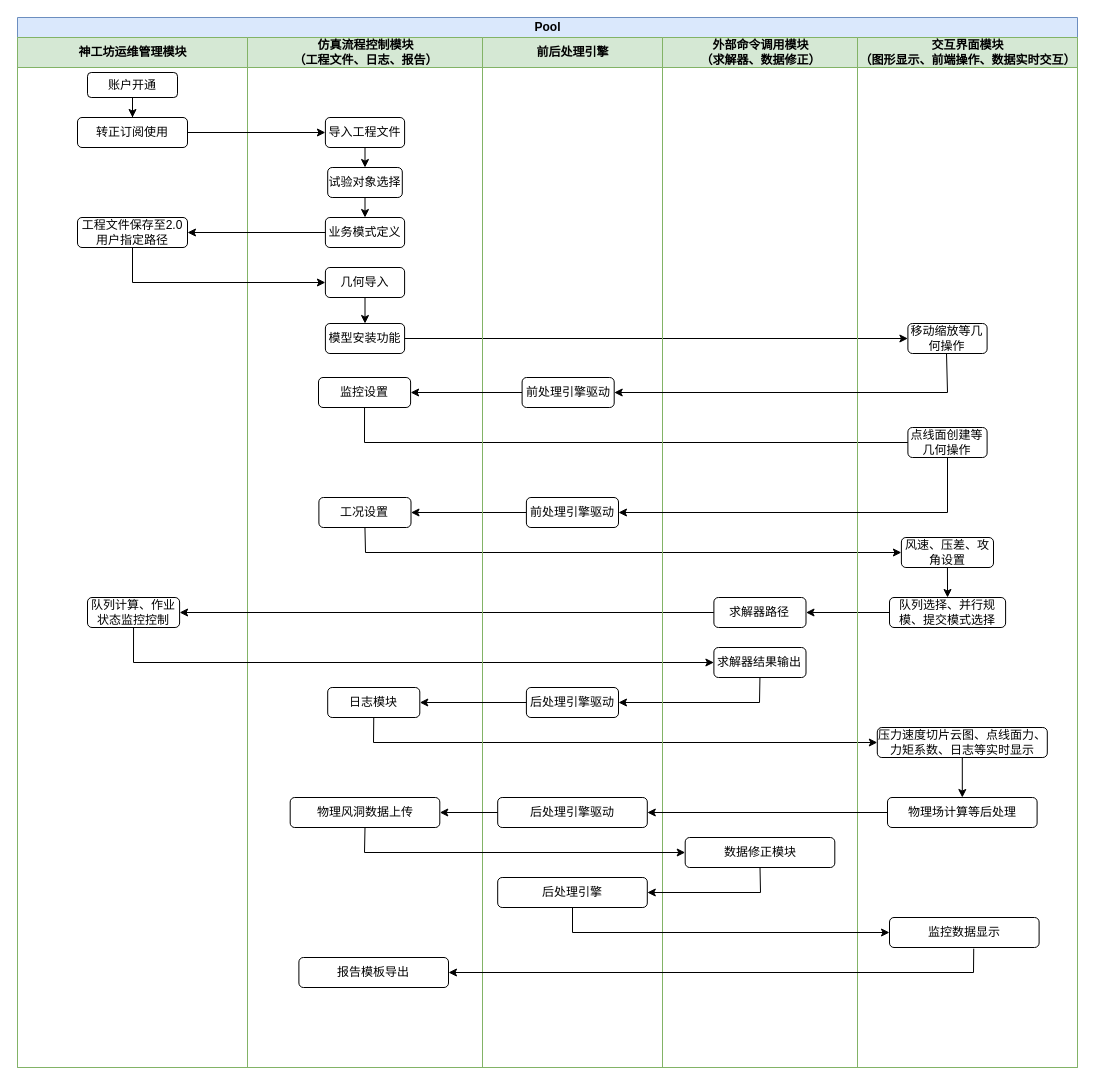
Earlier version of the draw.io diagram 泳道.drawio (tanjj1228/personal). Source tidied: cells renumbered, new cells numbered last; positions are measured from the earlier drawing's top-left corner, leaving out a move shared by most shapes. Both pictures are drawn from the tidied source at 100%, with x=0, y=0 at pixel (17, 17).
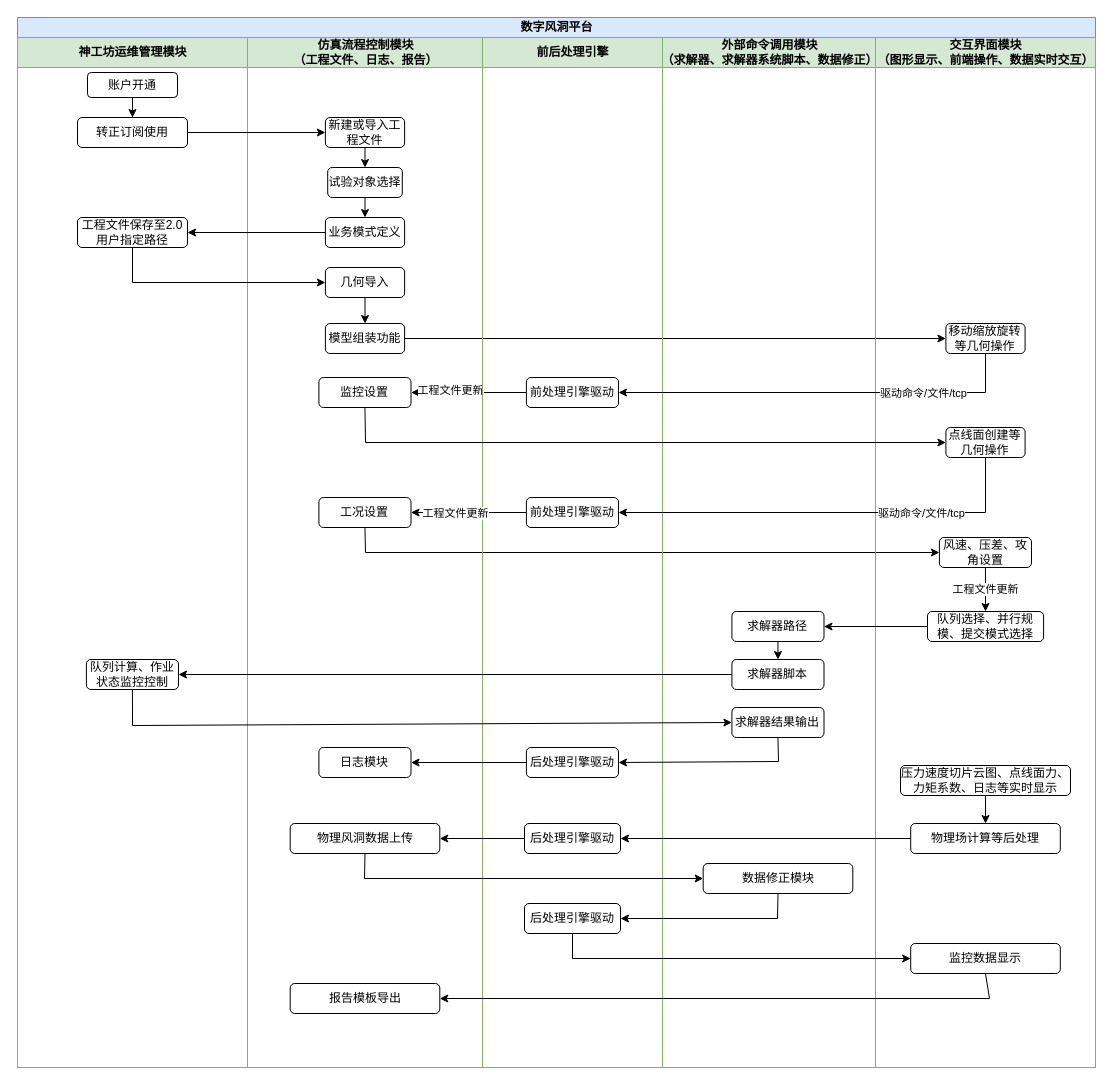
Above is the later version.

Commit message:
修改外部命令调用模块.drawio

The change refers to these unchanged cells:
```xml
<mxCell id="3" value="神工坊运维管理模块" style="swimlane;startSize=30;html=1;fillColor=#d5e8d4;strokeColor=#82b366;" parent="2" vertex="1">
  <mxGeometry y="20" width="230" height="1030" as="geometry" />
</mxCell>
<mxCell id="9" value="仿真流程控制模块&lt;br&gt;（工程文件、日志、报告）" style="swimlane;startSize=30;html=1;fillColor=#d5e8d4;strokeColor=#82b366;" parent="2" vertex="1">
  <mxGeometry x="230" y="20" width="235" height="1030" as="geometry" />
</mxCell>
<mxCell id="18" value="工况设置" style="whiteSpace=wrap;html=1;rounded=1;" parent="9" vertex="1">
  <mxGeometry x="71.4" y="460" width="92.1" height="30" as="geometry" />
</mxCell>
<mxCell id="34" value="前后处理引擎" style="swimlane;startSize=30;html=1;fillColor=#d5e8d4;strokeColor=#82b366;" parent="2" vertex="1">
  <mxGeometry x="465" y="20" width="180" height="1030" as="geometry" />
</mxCell>
```

The edit, as a diff of the source:
```diff
@@
-    <mxCell id="2" value="Pool" style="swimlane;startSize=20;html=1;fillColor=#dae8fc;strokeColor=#6c8ebf;" parent="1" vertex="1">
-      <mxGeometry width="1060" height="1050" as="geometry" />
+    <mxCell id="2" value="数字风洞平台" style="swimlane;startSize=20;html=1;fillColor=#dae8fc;strokeColor=#6c8ebf;" parent="1" vertex="1">
+      <mxGeometry width="1078" height="1050" as="geometry" />
     </mxCell>
@@
     <mxCell id="8" value="队列计算、作业状态监控控制" style="whiteSpace=wrap;html=1;rounded=1;" parent="3" vertex="1">
-      <mxGeometry x="70" y="560" width="92.1" height="30" as="geometry" />
+      <mxGeometry x="68.9" y="622" width="92.1" height="30" as="geometry" />
     </mxCell>
@@
-    <mxCell id="10" value="导入工程文件" style="whiteSpace=wrap;html=1;rounded=1;" parent="9" vertex="1">
+    <mxCell id="10" value="新建或导入工程文件" style="whiteSpace=wrap;html=1;rounded=1;" parent="9" vertex="1">
       <mxGeometry x="77.9" y="80" width="79.2" height="30" as="geometry" />
     </mxCell>
@@
-    <mxCell id="14" value="模型安装功能" style="whiteSpace=wrap;html=1;rounded=1;" parent="9" vertex="1">
+    <mxCell id="14" value="模型组装&lt;span style=&quot;background-color: initial;&quot;&gt;功能&lt;/span&gt;" style="whiteSpace=wrap;html=1;rounded=1;" parent="9" vertex="1">
       <mxGeometry x="77.9" y="286" width="79.2" height="30" as="geometry" />
     </mxCell>
@@
-    <mxCell id="19" value="日志模块" style="whiteSpace=wrap;html=1;rounded=1;" parent="9" vertex="1">
-      <mxGeometry x="80.2" y="650" width="92.1" height="30" as="geometry" />
-    </mxCell>
     <mxCell id="20" value="物理风洞数据上传" style="whiteSpace=wrap;html=1;rounded=1;" parent="9" vertex="1">
-      <mxGeometry x="42.7" y="760" width="149.6" height="30" as="geometry" />
+      <mxGeometry x="42.7" y="786" width="149.6" height="30" as="geometry" />
     </mxCell>
     <mxCell id="21" value="报告模板导出" style="whiteSpace=wrap;html=1;rounded=1;" parent="9" vertex="1">
-      <mxGeometry x="51.4" y="920" width="149.6" height="30" as="geometry" />
+      <mxGeometry x="42.7" y="946" width="149.6" height="30" as="geometry" />
     </mxCell>
+    <mxCell id="65" style="endArrow=classic;html=1;rounded=0;exitX=0;exitY=0.5;exitDx=0;exitDy=0;entryX=1;entryY=0.5;entryDx=0;entryDy=0;" parent="9" edge="1" source="37">
+      <mxGeometry relative="1" as="geometry">
+        <mxPoint x="163.6" y="355" as="targetPoint" />
+      </mxGeometry>
+    </mxCell>
+    <mxCell id="66" value="工程文件更新" style="edgeLabel;html=1;align=center;verticalAlign=middle;" parent="65" vertex="1">
+      <mxGeometry relative="1" as="geometry">
+        <mxPoint x="-18" y="-3" as="offset" />
+      </mxGeometry>
+    </mxCell>
@@
-    <mxCell id="26" style="endArrow=none;html=1;rounded=0;exitX=0.5;exitY=1;exitDx=0;exitDy=0;entryX=0;entryY=0.5;entryDx=0;entryDy=0;" parent="2" edge="1" source="35" target="50">
-      <mxGeometry relative="1" as="geometry">
-        <Array as="points">
-          <mxPoint x="347" y="425" />
-        </Array>
-      </mxGeometry>
-    </mxCell>
-    <mxCell id="27" style="endArrow=classic;html=1;rounded=0;exitX=0;exitY=0.5;exitDx=0;exitDy=0;entryX=1;entryY=0.5;entryDx=0;entryDy=0;" parent="2" edge="1" source="48" target="18">
-      <mxGeometry relative="1" as="geometry" />
-    </mxCell>
@@
-    <mxCell id="29" style="endArrow=classic;html=1;rounded=0;exitX=0;exitY=0.5;exitDx=0;exitDy=0;entryX=1;entryY=0.5;entryDx=0;entryDy=0;" parent="2" edge="1" source="52" target="42">
-      <mxGeometry relative="1" as="geometry" />
-    </mxCell>
-    <mxCell id="30" style="endArrow=classic;html=1;rounded=0;exitX=0;exitY=0.5;exitDx=0;exitDy=0;entryX=1;entryY=0.5;entryDx=0;entryDy=0;" parent="2" edge="1" source="42" target="8">
-      <mxGeometry relative="1" as="geometry" />
-    </mxCell>
-    <mxCell id="31" style="endArrow=classic;html=1;rounded=0;exitX=0.5;exitY=1;exitDx=0;exitDy=0;entryX=0;entryY=0.5;entryDx=0;entryDy=0;" parent="2" edge="1" source="8" target="43">
-      <mxGeometry relative="1" as="geometry">
-        <Array as="points">
-          <mxPoint x="116" y="645" />
-        </Array>
-      </mxGeometry>
-    </mxCell>
-    <mxCell id="32" style="endArrow=classic;html=1;rounded=0;exitX=0.5;exitY=1;exitDx=0;exitDy=0;entryX=1;entryY=0.5;entryDx=0;entryDy=0;" parent="2" edge="1" source="43" target="38">
-      <mxGeometry relative="1" as="geometry">
-        <Array as="points">
-          <mxPoint x="742" y="685" />
-        </Array>
-      </mxGeometry>
-    </mxCell>
-    <mxCell id="33" style="endArrow=classic;html=1;rounded=0;exitX=0.5;exitY=1;exitDx=0;exitDy=0;entryX=0;entryY=0.5;entryDx=0;entryDy=0;" parent="2" edge="1" source="19" target="54">
-      <mxGeometry relative="1" as="geometry">
-        <Array as="points">
-          <mxPoint x="356" y="725" />
-        </Array>
-      </mxGeometry>
-    </mxCell>
@@
     <mxCell id="35" value="监控设置" style="whiteSpace=wrap;html=1;rounded=1;" parent="34" vertex="1">
-      <mxGeometry x="-164" y="340" width="92.1" height="30" as="geometry" />
+      <mxGeometry x="-163.6" y="340" width="92.1" height="30" as="geometry" />
     </mxCell>
-    <mxCell id="36" style="endArrow=classic;html=1;rounded=0;exitX=0;exitY=0.5;exitDx=0;exitDy=0;entryX=1;entryY=0.5;entryDx=0;entryDy=0;" parent="34" edge="1" source="37" target="35">
-      <mxGeometry relative="1" as="geometry" />
-    </mxCell>
     <mxCell id="37" value="前处理引擎驱动" style="whiteSpace=wrap;html=1;rounded=1;" parent="34" vertex="1">
-      <mxGeometry x="39.6" y="340" width="92.1" height="30" as="geometry" />
+      <mxGeometry x="43.9" y="340" width="92.1" height="30" as="geometry" />
     </mxCell>
+    <mxCell id="48" value="前处理引擎驱动" style="whiteSpace=wrap;html=1;rounded=1;" parent="34" vertex="1">
+      <mxGeometry x="43.9" y="460" width="92.1" height="30" as="geometry" />
+    </mxCell>
     <mxCell id="38" value="后处理引擎驱动" style="whiteSpace=wrap;html=1;rounded=1;" parent="34" vertex="1">
-      <mxGeometry x="43.9" y="650" width="92.1" height="30" as="geometry" />
+      <mxGeometry x="43.9" y="710" width="92.1" height="30" as="geometry" />
     </mxCell>
     <mxCell id="39" value="后处理引擎驱动" style="whiteSpace=wrap;html=1;rounded=1;" parent="34" vertex="1">
-      <mxGeometry x="15.2" y="760" width="149.6" height="30" as="geometry" />
+      <mxGeometry x="42" y="786" width="96" height="30" as="geometry" />
     </mxCell>
-    <mxCell id="40" value="后处理引擎" style="whiteSpace=wrap;html=1;rounded=1;" parent="34" vertex="1">
-      <mxGeometry x="15.2" y="840" width="149.6" height="30" as="geometry" />
+    <mxCell id="40" value="后处理引擎驱动" style="whiteSpace=wrap;html=1;rounded=1;" parent="34" vertex="1">
+      <mxGeometry x="42" y="866" width="96" height="30" as="geometry" />
     </mxCell>
-    <mxCell id="41" value="外部命令调用模块&lt;br&gt;（求解器、数据修正）" style="swimlane;startSize=30;html=1;fillColor=#d5e8d4;strokeColor=#82b366;" parent="2" vertex="1">
-      <mxGeometry x="645" y="20" width="195" height="1030" as="geometry" />
+    <mxCell id="41" value="外部命令调用模块&lt;br&gt;（求解器、求解器系统脚本、数据修正）" style="swimlane;startSize=30;html=1;fillColor=#d5e8d4;strokeColor=#82b366;" parent="2" vertex="1">
+      <mxGeometry x="645" y="20" width="213" height="1030" as="geometry" />
     </mxCell>
-    <mxCell id="42" value="求解器路径" style="whiteSpace=wrap;html=1;rounded=1;" parent="41" vertex="1">
-      <mxGeometry x="51.4" y="560" width="92.1" height="30" as="geometry" />
-    </mxCell>
+    <mxCell id="44" value="数据修正模块" style="whiteSpace=wrap;html=1;rounded=1;" parent="41" vertex="1">
+      <mxGeometry x="40.7" y="826" width="149.6" height="30" as="geometry" />
+    </mxCell>
     <mxCell id="43" value="求解器结果输出" style="whiteSpace=wrap;html=1;rounded=1;" parent="41" vertex="1">
-      <mxGeometry x="51.4" y="610" width="92.1" height="30" as="geometry" />
+      <mxGeometry x="69.4" y="670" width="92.1" height="30" as="geometry" />
     </mxCell>
-    <mxCell id="44" value="数据修正模块" style="whiteSpace=wrap;html=1;rounded=1;" parent="41" vertex="1">
-      <mxGeometry x="22.7" y="800" width="149.6" height="30" as="geometry" />
-    </mxCell>
+    <mxCell id="67" value="求解器脚本" style="whiteSpace=wrap;html=1;rounded=1;" parent="41" vertex="1">
+      <mxGeometry x="69.4" y="622" width="92.1" height="30" as="geometry" />
+    </mxCell>
     <mxCell id="45" value="交互界面模块&lt;br&gt;（图形显示、前端操作、数据实时交互）" style="swimlane;startSize=30;html=1;fillColor=#d5e8d4;strokeColor=#82b366;" parent="2" vertex="1">
-      <mxGeometry x="840" y="20" width="220" height="1030" as="geometry" />
+      <mxGeometry x="858" y="20" width="220" height="1030" as="geometry" />
     </mxCell>
-    <mxCell id="46" value="移动缩放等几何操作" style="whiteSpace=wrap;html=1;rounded=1;" parent="45" vertex="1">
-      <mxGeometry x="50.4" y="286" width="79.2" height="30" as="geometry" />
+    <mxCell id="46" value="移动缩放旋转等几何操作" style="whiteSpace=wrap;html=1;rounded=1;" parent="45" vertex="1">
+      <mxGeometry x="70.4" y="286" width="79.2" height="30" as="geometry" />
     </mxCell>
-    <mxCell id="47" style="endArrow=classic;html=1;rounded=0;exitX=0.5;exitY=1;exitDx=0;exitDy=0;entryX=1;entryY=0.5;entryDx=0;entryDy=0;" parent="45" edge="1" target="37">
-      <mxGeometry relative="1" as="geometry">
-        <mxPoint x="89" y="316" as="sourcePoint" />
-        <Array as="points">
-          <mxPoint x="90" y="355" />
-        </Array>
-      </mxGeometry>
-    </mxCell>
-    <mxCell id="48" value="前处理引擎驱动" style="whiteSpace=wrap;html=1;rounded=1;" parent="45" vertex="1">
-      <mxGeometry x="-331.1" y="460" width="92.1" height="30" as="geometry" />
-    </mxCell>
-    <mxCell id="49" style="endArrow=classic;html=1;rounded=0;exitX=0.5;exitY=1;exitDx=0;exitDy=0;entryX=1;entryY=0.5;entryDx=0;entryDy=0;" parent="45" edge="1" source="50" target="48">
-      <mxGeometry relative="1" as="geometry">
-        <Array as="points">
-          <mxPoint x="90" y="475" />
-        </Array>
-      </mxGeometry>
-    </mxCell>
     <mxCell id="50" value="点线面创建等几何操作" style="whiteSpace=wrap;html=1;rounded=1;" parent="45" vertex="1">
-      <mxGeometry x="50.4" y="390" width="79.2" height="30" as="geometry" />
+      <mxGeometry x="70.4" y="390" width="79.2" height="30" as="geometry" />
     </mxCell>
     <mxCell id="51" value="风速、压差、攻角设置" style="whiteSpace=wrap;html=1;rounded=1;" parent="45" vertex="1">
-      <mxGeometry x="43.9" y="500" width="92.1" height="30" as="geometry" />
+      <mxGeometry x="63.9" y="500" width="92.1" height="30" as="geometry" />
     </mxCell>
-    <mxCell id="52" value="队列选择、并行规模、提交模式选择" style="whiteSpace=wrap;html=1;rounded=1;" parent="45" vertex="1">
-      <mxGeometry x="32" y="560" width="116.1" height="30" as="geometry" />
-    </mxCell>
-    <mxCell id="53" style="endArrow=classic;html=1;rounded=0;exitX=0.5;exitY=1;exitDx=0;exitDy=0;entryX=0.5;entryY=0;entryDx=0;entryDy=0;" parent="45" edge="1" source="51" target="52">
-      <mxGeometry relative="1" as="geometry" />
-    </mxCell>
-    <mxCell id="54" value="压力速度切片云图、点线面力、力矩系数、日志等实时显示" style="whiteSpace=wrap;html=1;rounded=1;" parent="45" vertex="1">
-      <mxGeometry x="19.8" y="690" width="170" height="30" as="geometry" />
-    </mxCell>
     <mxCell id="55" value="物理场计算等后处理" style="whiteSpace=wrap;html=1;rounded=1;" parent="45" vertex="1">
-      <mxGeometry x="30" y="760" width="149.6" height="30" as="geometry" />
+      <mxGeometry x="35.2" y="786" width="149.6" height="30" as="geometry" />
     </mxCell>
@@
     <mxCell id="57" value="监控数据显示" style="whiteSpace=wrap;html=1;rounded=1;" parent="45" vertex="1">
-      <mxGeometry x="32" y="880" width="149.6" height="30" as="geometry" />
+      <mxGeometry x="35.2" y="906" width="149.6" height="30" as="geometry" />
     </mxCell>
-    <mxCell id="58" style="endArrow=classic;html=1;rounded=0;exitX=0;exitY=0.5;exitDx=0;exitDy=0;entryX=1;entryY=0.5;entryDx=0;entryDy=0;" parent="2" edge="1" source="38" target="19">
-      <mxGeometry relative="1" as="geometry" />
-    </mxCell>
+    <mxCell id="42" value="求解器路径" style="whiteSpace=wrap;html=1;rounded=1;" parent="45" vertex="1">
+      <mxGeometry x="-143.6" y="574" width="92.1" height="30" as="geometry" />
+    </mxCell>
+    <mxCell id="29" style="endArrow=classic;html=1;rounded=0;exitX=0;exitY=0.5;exitDx=0;exitDy=0;entryX=1;entryY=0.5;entryDx=0;entryDy=0;" parent="45" edge="1" source="52" target="42">
+      <mxGeometry relative="1" as="geometry" />
+    </mxCell>
+    <mxCell id="52" value="队列选择、并行规模、提交模式选择" style="whiteSpace=wrap;html=1;rounded=1;" parent="45" vertex="1">
+      <mxGeometry x="52" y="574" width="116.1" height="30" as="geometry" />
+    </mxCell>
+    <mxCell id="19" value="日志模块" style="whiteSpace=wrap;html=1;rounded=1;" parent="45" vertex="1">
+      <mxGeometry x="-556.6" y="710" width="92.1" height="30" as="geometry" />
+    </mxCell>
+    <mxCell id="54" value="压力速度切片云图、点线面力、力矩系数、日志等实时显示" style="whiteSpace=wrap;html=1;rounded=1;" parent="45" vertex="1">
+      <mxGeometry x="25" y="728" width="170" height="30" as="geometry" />
+    </mxCell>
+    <mxCell id="53" style="endArrow=classic;html=1;rounded=0;exitX=0.5;exitY=1;exitDx=0;exitDy=0;entryX=0.5;entryY=0;entryDx=0;entryDy=0;" parent="45" edge="1" source="51" target="52">
+      <mxGeometry relative="1" as="geometry" />
+    </mxCell>
+    <mxCell id="68" value="工程文件更新" style="edgeLabel;html=1;align=center;verticalAlign=middle;" parent="53" vertex="1">
+      <mxGeometry relative="1" as="geometry" />
+    </mxCell>
@@
     <mxCell id="61" style="endArrow=classic;html=1;rounded=0;exitX=0.5;exitY=1;exitDx=0;exitDy=0;entryX=0;entryY=0.5;entryDx=0;entryDy=0;" parent="2" edge="1" source="20" target="44">
       <mxGeometry relative="1" as="geometry">
         <Array as="points">
-          <mxPoint x="347" y="835" />
+          <mxPoint x="347" y="861" />
         </Array>
       </mxGeometry>
     </mxCell>
     <mxCell id="62" style="endArrow=classic;html=1;rounded=0;exitX=0.5;exitY=1;exitDx=0;exitDy=0;entryX=1;entryY=0.5;entryDx=0;entryDy=0;" parent="2" edge="1" source="44" target="40">
       <mxGeometry relative="1" as="geometry">
         <Array as="points">
-          <mxPoint x="743" y="875" />
+          <mxPoint x="760" y="901" />
         </Array>
       </mxGeometry>
     </mxCell>
     <mxCell id="63" style="endArrow=classic;html=1;rounded=0;exitX=0.5;exitY=1;exitDx=0;exitDy=0;entryX=0;entryY=0.5;entryDx=0;entryDy=0;" parent="2" edge="1" source="40" target="57">
       <mxGeometry relative="1" as="geometry">
         <Array as="points">
-          <mxPoint x="555" y="915" />
+          <mxPoint x="555" y="941" />
         </Array>
       </mxGeometry>
     </mxCell>
-    <mxCell id="64" style="endArrow=classic;html=1;rounded=0;exitX=0.563;exitY=1.039;exitDx=0;exitDy=0;exitPerimeter=0;entryX=1;entryY=0.5;entryDx=0;entryDy=0;" parent="2" edge="1" source="57" target="21">
+    <mxCell id="64" style="endArrow=classic;html=1;rounded=0;entryX=1;entryY=0.5;entryDx=0;entryDy=0;exitX=0.5;exitY=1;exitDx=0;exitDy=0;" parent="2" edge="1" source="57" target="21">
       <mxGeometry relative="1" as="geometry">
         <Array as="points">
-          <mxPoint x="956" y="955" />
+          <mxPoint x="972" y="981" />
         </Array>
       </mxGeometry>
     </mxCell>
+    <mxCell id="69" style="endArrow=classic;html=1;rounded=0;exitX=0.5;exitY=1;exitDx=0;exitDy=0;entryX=1;entryY=0.5;entryDx=0;entryDy=0;" parent="2" edge="1" source="46" target="37">
+      <mxGeometry relative="1" as="geometry">
+        <Array as="points">
+          <mxPoint x="968" y="375" />
+        </Array>
+      </mxGeometry>
+    </mxCell>
+    <mxCell id="70" value="驱动命令/文件/tcp" style="edgeLabel;html=1;align=center;verticalAlign=middle;" parent="69" vertex="1">
+      <mxGeometry relative="1" as="geometry">
+        <mxPoint x="101" as="offset" />
+      </mxGeometry>
+    </mxCell>
+    <mxCell id="26" style="endArrow=classic;html=1;rounded=0;exitX=0.5;exitY=1;exitDx=0;exitDy=0;entryX=0;entryY=0.5;entryDx=0;entryDy=0;" parent="2" edge="1" source="35" target="50">
+      <mxGeometry relative="1" as="geometry">
+        <Array as="points">
+          <mxPoint x="348" y="425" />
+        </Array>
+      </mxGeometry>
+    </mxCell>
+    <mxCell id="27" style="endArrow=classic;html=1;rounded=0;exitX=0;exitY=0.5;exitDx=0;exitDy=0;entryX=1;entryY=0.5;entryDx=0;entryDy=0;" parent="2" edge="1" source="48" target="18">
+      <mxGeometry relative="1" as="geometry" />
+    </mxCell>
+    <mxCell id="71" value="工程文件更新" style="edgeLabel;html=1;align=center;verticalAlign=middle;" parent="27" vertex="1">
+      <mxGeometry relative="1" as="geometry">
+        <mxPoint x="-13" as="offset" />
+      </mxGeometry>
+    </mxCell>
+    <mxCell id="72" style="edgeLabel;html=1;align=center;verticalAlign=middle;" parent="27" vertex="1">
+      <mxGeometry x="-0.07" y="2" relative="1" as="geometry" />
+    </mxCell>
+    <mxCell id="32" style="endArrow=classic;html=1;rounded=0;exitX=0.5;exitY=1;exitDx=0;exitDy=0;entryX=1;entryY=0.5;entryDx=0;entryDy=0;" parent="2" edge="1" source="43" target="38">
+      <mxGeometry relative="1" as="geometry">
+        <Array as="points">
+          <mxPoint x="761" y="744" />
+        </Array>
+      </mxGeometry>
+    </mxCell>
+    <mxCell id="31" style="endArrow=classic;html=1;rounded=0;entryX=0;entryY=0.5;entryDx=0;entryDy=0;exitX=0.5;exitY=1;exitDx=0;exitDy=0;" parent="2" edge="1" source="8" target="43">
+      <mxGeometry relative="1" as="geometry">
+        <Array as="points">
+          <mxPoint x="115" y="708" />
+        </Array>
+      </mxGeometry>
+    </mxCell>
+    <mxCell id="73" style="endArrow=classic;html=1;rounded=0;exitX=0.5;exitY=1;exitDx=0;exitDy=0;entryX=0.5;entryY=0;entryDx=0;entryDy=0;" parent="2" edge="1" source="42" target="67">
+      <mxGeometry relative="1" as="geometry" />
+    </mxCell>
+    <mxCell id="74" style="endArrow=classic;html=1;rounded=0;exitX=0;exitY=0.5;exitDx=0;exitDy=0;" parent="2" edge="1" source="67" target="8">
+      <mxGeometry relative="1" as="geometry" />
+    </mxCell>
+    <mxCell id="58" style="endArrow=classic;html=1;rounded=0;exitX=0;exitY=0.5;exitDx=0;exitDy=0;entryX=1;entryY=0.5;entryDx=0;entryDy=0;" parent="2" edge="1" source="38" target="19">
+      <mxGeometry relative="1" as="geometry" />
+    </mxCell>
+    <mxCell id="49" style="endArrow=classic;html=1;rounded=0;exitX=0.5;exitY=1;exitDx=0;exitDy=0;entryX=1;entryY=0.5;entryDx=0;entryDy=0;" parent="2" edge="1" source="50" target="48">
+      <mxGeometry relative="1" as="geometry">
+        <Array as="points">
+          <mxPoint x="968" y="495" />
+        </Array>
+      </mxGeometry>
+    </mxCell>
+    <mxCell id="75" value="驱动命令/文件/tcp" style="edgeLabel;html=1;align=center;verticalAlign=middle;" parent="49" vertex="1">
+      <mxGeometry relative="1" as="geometry">
+        <mxPoint x="91" as="offset" />
+      </mxGeometry>
+    </mxCell>
```
